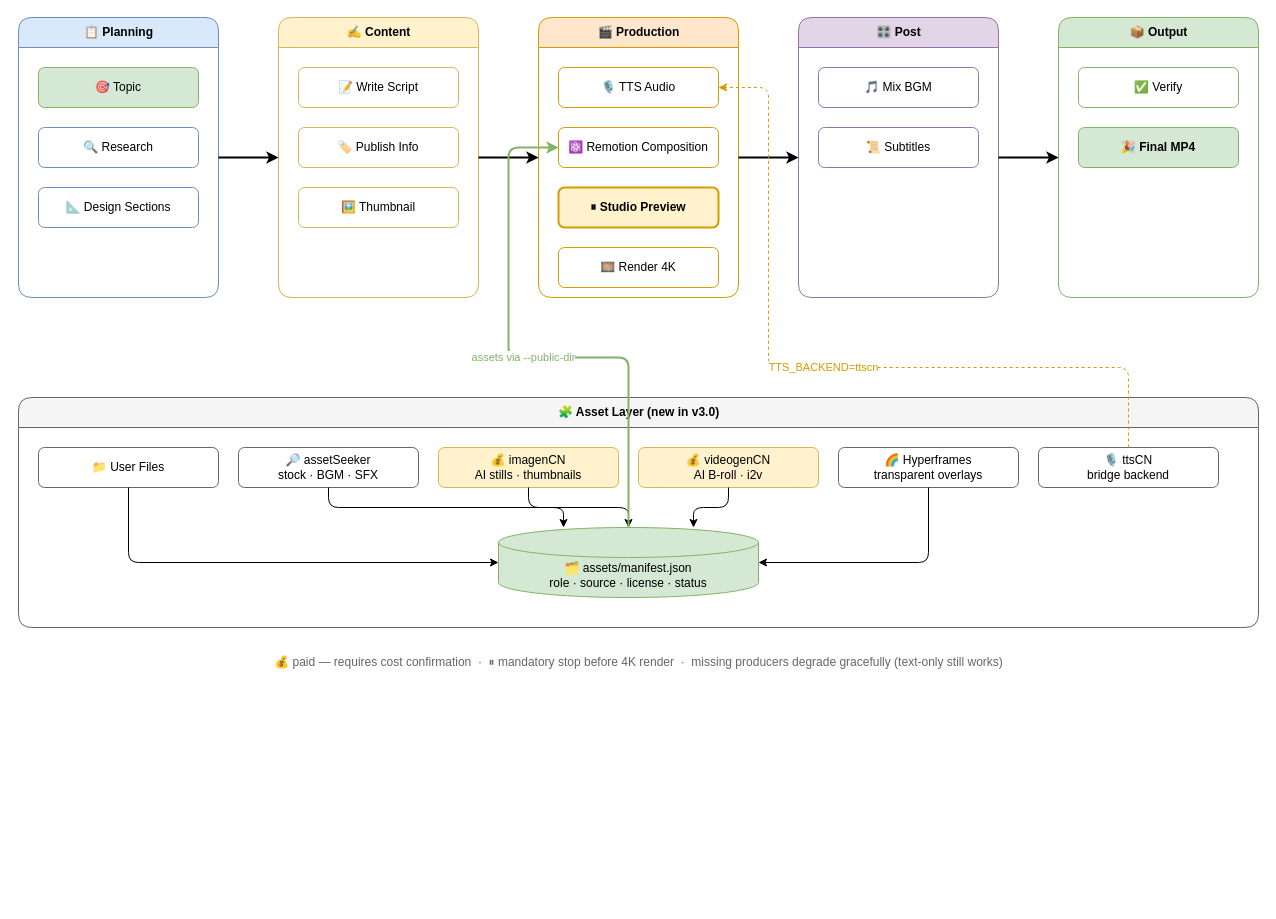
gabrielmoreira/agent-skills-mirror keeps this draw.io diagram as mirrors/repos/Agents365-ai@video-podcast-maker/skills/video-podcast-maker/assets/workflow.drawio. Above is the earlier version. Source tidied: cells renumbered, new cells numbered last; positions are measured from the earlier drawing's top-left corner, leaving out a move shared by most shapes. Both pictures are drawn from the tidied source at 100%, with x=0, y=0 at pixel (18, 17).
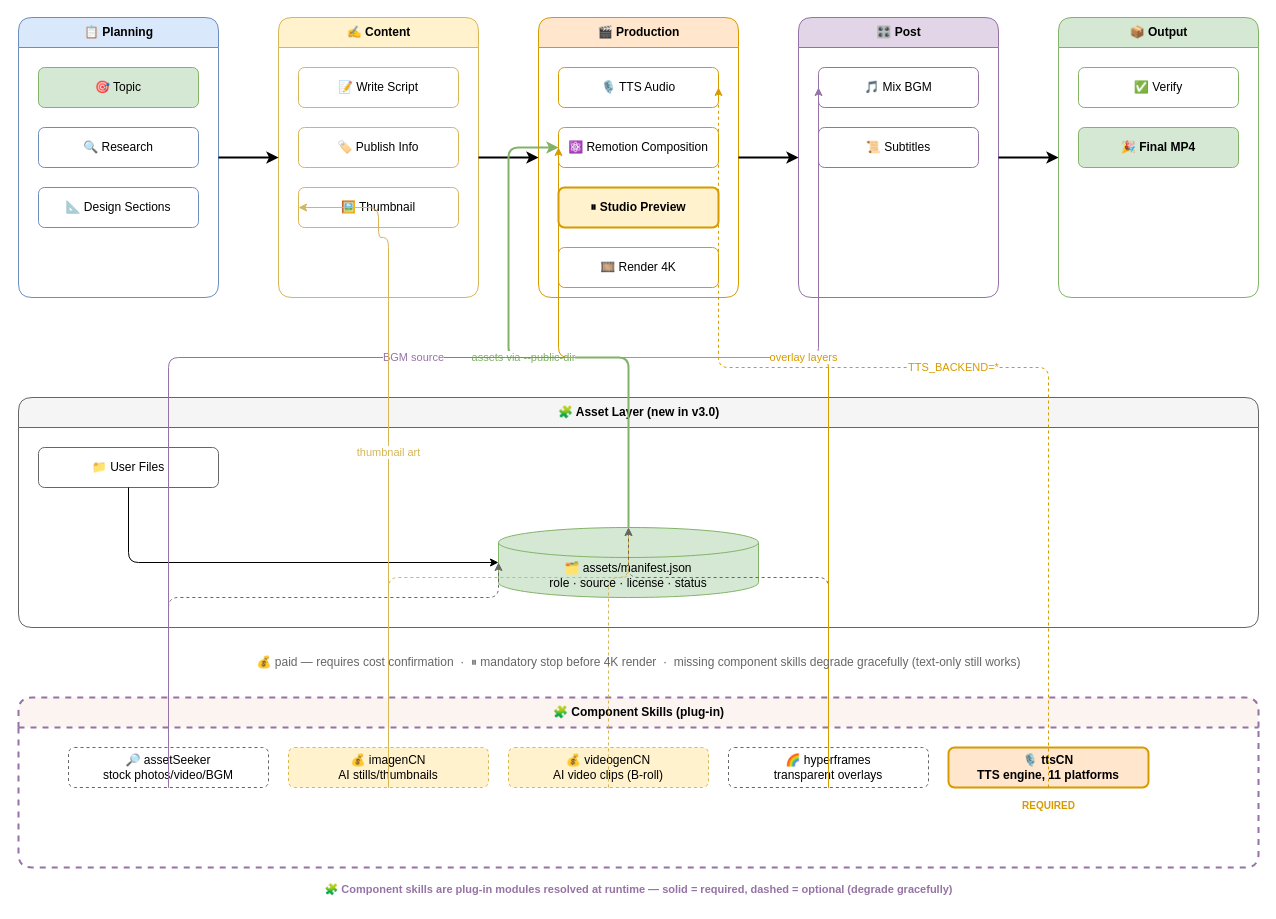
After the change.

Unchanged cells that the change refers to:
```xml
<mxCell id="9" value="🖼️ Thumbnail" style="rounded=1;whiteSpace=wrap;html=1;fillColor=#ffffff;strokeColor=#d6b656;" parent="6" vertex="1">
  <mxGeometry x="20" y="170" width="160" height="40" as="geometry" />
</mxCell>
<mxCell id="11" value="🎙️ TTS Audio" style="rounded=1;whiteSpace=wrap;html=1;fillColor=#ffffff;strokeColor=#d79b00;" parent="10" vertex="1">
  <mxGeometry x="20" y="50" width="160" height="40" as="geometry" />
</mxCell>
<mxCell id="12" value="⚛️ Remotion Composition" style="rounded=1;whiteSpace=wrap;html=1;fillColor=#ffffff;strokeColor=#d79b00;" parent="10" vertex="1">
  <mxGeometry x="20" y="110" width="160" height="40" as="geometry" />
</mxCell>
<mxCell id="16" value="🎵 Mix BGM" style="rounded=1;whiteSpace=wrap;html=1;fillColor=#ffffff;strokeColor=#9673a6;" parent="15" vertex="1">
  <mxGeometry x="20" y="50" width="160" height="40" as="geometry" />
</mxCell>
<mxCell id="25" value="🧩 Asset Layer (new in v3.0)" style="swimlane;startSize=30;html=1;rounded=1;fillColor=#f5f5f5;strokeColor=#666666;fontStyle=1;" parent="1" vertex="1">
  <mxGeometry y="380" width="1240" height="230" as="geometry" />
</mxCell>
<mxCell id="32" value="🗂️ assets/manifest.json&#10;role · source · license · status" style="shape=cylinder3;whiteSpace=wrap;html=1;fillColor=#d5e8d4;strokeColor=#82b366;boundedLbl=1;" parent="25" vertex="1">
  <mxGeometry x="480" y="130" width="260" height="70" as="geometry" />
</mxCell>
```

Change to the diagram source:
```diff
@@
-    <mxCell id="27" value="🔎 assetSeeker&#10;stock · BGM · SFX" style="rounded=1;whiteSpace=wrap;html=1;fillColor=#ffffff;strokeColor=#666666;" parent="25" vertex="1">
-      <mxGeometry x="220" y="50" width="180" height="40" as="geometry" />
-    </mxCell>
-    <mxCell id="28" value="💰 imagenCN&#10;AI stills · thumbnails" style="rounded=1;whiteSpace=wrap;html=1;fillColor=#fff2cc;strokeColor=#d6b656;" parent="25" vertex="1">
-      <mxGeometry x="420" y="50" width="180" height="40" as="geometry" />
-    </mxCell>
-    <mxCell id="29" value="💰 videogenCN&#10;AI B-roll · i2v" style="rounded=1;whiteSpace=wrap;html=1;fillColor=#fff2cc;strokeColor=#d6b656;" parent="25" vertex="1">
-      <mxGeometry x="620" y="50" width="180" height="40" as="geometry" />
-    </mxCell>
-    <mxCell id="30" value="🌈 Hyperframes&#10;transparent overlays" style="rounded=1;whiteSpace=wrap;html=1;fillColor=#ffffff;strokeColor=#666666;" parent="25" vertex="1">
-      <mxGeometry x="820" y="50" width="180" height="40" as="geometry" />
-    </mxCell>
-    <mxCell id="31" value="🎙️ ttsCN&#10;bridge backend" style="rounded=1;whiteSpace=wrap;html=1;fillColor=#ffffff;strokeColor=#666666;" parent="25" vertex="1">
-      <mxGeometry x="1020" y="50" width="180" height="40" as="geometry" />
-    </mxCell>
@@
-    <mxCell id="34" style="edgeStyle=orthogonalEdgeStyle;rounded=1;jettySize=auto;html=1;exitX=0.5;exitY=1;exitDx=0;exitDy=0;entryX=0.25;entryY=0;entryDx=0;entryDy=0;" parent="25" edge="1" source="27" target="32">
-      <mxGeometry relative="1" as="geometry" />
-    </mxCell>
-    <mxCell id="35" style="edgeStyle=orthogonalEdgeStyle;rounded=1;jettySize=auto;html=1;exitX=0.5;exitY=1;exitDx=0;exitDy=0;entryX=0.5;entryY=0;entryDx=0;entryDy=0;" parent="25" edge="1" source="28" target="32">
-      <mxGeometry relative="1" as="geometry" />
-    </mxCell>
-    <mxCell id="36" style="edgeStyle=orthogonalEdgeStyle;rounded=1;jettySize=auto;html=1;exitX=0.5;exitY=1;exitDx=0;exitDy=0;entryX=0.75;entryY=0;entryDx=0;entryDy=0;" parent="25" edge="1" source="29" target="32">
-      <mxGeometry relative="1" as="geometry" />
-    </mxCell>
-    <mxCell id="37" style="edgeStyle=orthogonalEdgeStyle;rounded=1;jettySize=auto;html=1;exitX=0.5;exitY=1;exitDx=0;exitDy=0;entryX=1;entryY=0.5;entryDx=0;entryDy=0;" parent="25" edge="1" source="30" target="32">
-      <mxGeometry relative="1" as="geometry" />
-    </mxCell>
@@
+    <mxCell id="41" value="🧩 Component Skills (plug-in)" style="swimlane;startSize=30;html=1;rounded=1;fillColor=#fcf4f0;strokeColor=#9673a6;fontStyle=1;dashed=1;strokeWidth=2;" parent="1" vertex="1">
+      <mxGeometry y="680" width="1240" height="170" as="geometry" />
+    </mxCell>
+    <mxCell id="42" value="🔎 assetSeeker&#10;stock photos/video/BGM" style="rounded=1;whiteSpace=wrap;html=1;fillColor=#ffffff;strokeColor=#666666;dashed=1;" parent="41" vertex="1">
+      <mxGeometry x="50" y="50" width="200" height="40" as="geometry" />
+    </mxCell>
+    <mxCell id="43" value="💰 imagenCN&#10;AI stills/thumbnails" style="rounded=1;whiteSpace=wrap;html=1;fillColor=#fff2cc;strokeColor=#d6b656;dashed=1;" parent="41" vertex="1">
+      <mxGeometry x="270" y="50" width="200" height="40" as="geometry" />
+    </mxCell>
+    <mxCell id="44" value="💰 videogenCN&#10;AI video clips (B-roll)" style="rounded=1;whiteSpace=wrap;html=1;fillColor=#fff2cc;strokeColor=#d6b656;dashed=1;" parent="41" vertex="1">
+      <mxGeometry x="490" y="50" width="200" height="40" as="geometry" />
+    </mxCell>
+    <mxCell id="45" value="🌈 hyperframes&#10;transparent overlays" style="rounded=1;whiteSpace=wrap;html=1;fillColor=#ffffff;strokeColor=#666666;dashed=1;" parent="41" vertex="1">
+      <mxGeometry x="710" y="50" width="200" height="40" as="geometry" />
+    </mxCell>
+    <mxCell id="46" value="🎙️ ttsCN&#10;TTS engine, 11 platforms" style="rounded=1;whiteSpace=wrap;html=1;fillColor=#ffe6cc;strokeColor=#d79b00;strokeWidth=2;fontStyle=1;" parent="41" vertex="1">
+      <mxGeometry x="930" y="50" width="200" height="40" as="geometry" />
+    </mxCell>
+    <mxCell id="47" value="REQUIRED" style="text;html=1;align=center;verticalAlign=middle;fontSize=10;fontColor=#d79b00;fontStyle=1;" parent="41" vertex="1">
+      <mxGeometry x="930" y="100" width="200" height="16" as="geometry" />
+    </mxCell>
+    <mxCell id="48" style="edgeStyle=orthogonalEdgeStyle;rounded=1;jettySize=auto;html=1;exitX=0.5;exitY=1;exitDx=0;exitDy=0;entryX=0;entryY=0.5;entryDx=0;entryDy=0;dashed=1;strokeColor=#666666;" parent="1" edge="1" source="42" target="32">
+      <mxGeometry relative="1" as="geometry">
+        <Array as="points">
+          <mxPoint x="150" y="580" />
+          <mxPoint x="480" y="580" />
+        </Array>
+      </mxGeometry>
+    </mxCell>
+    <mxCell id="49" style="edgeStyle=orthogonalEdgeStyle;rounded=1;jettySize=auto;html=1;exitX=0.5;exitY=1;exitDx=0;exitDy=0;entryX=0.5;entryY=0;entryDx=0;entryDy=0;dashed=1;strokeColor=#d6b656;" parent="1" edge="1" source="43" target="32">
+      <mxGeometry relative="1" as="geometry">
+        <Array as="points">
+          <mxPoint x="370" y="560" />
+          <mxPoint x="610" y="560" />
+        </Array>
+      </mxGeometry>
+    </mxCell>
+    <mxCell id="50" style="edgeStyle=orthogonalEdgeStyle;rounded=1;jettySize=auto;html=1;exitX=0.5;exitY=1;exitDx=0;exitDy=0;entryX=0.5;entryY=0;entryDx=0;entryDy=0;dashed=1;strokeColor=#d6b656;" parent="1" edge="1" source="44" target="32">
+      <mxGeometry relative="1" as="geometry">
+        <Array as="points">
+          <mxPoint x="590" y="560" />
+        </Array>
+      </mxGeometry>
+    </mxCell>
+    <mxCell id="51" style="edgeStyle=orthogonalEdgeStyle;rounded=1;jettySize=auto;html=1;exitX=0.5;exitY=1;exitDx=0;exitDy=0;entryX=0.5;entryY=0;entryDx=0;entryDy=0;dashed=1;strokeColor=#666666;" parent="1" edge="1" source="45" target="32">
+      <mxGeometry relative="1" as="geometry">
+        <Array as="points">
+          <mxPoint x="810" y="560" />
+          <mxPoint x="610" y="560" />
+        </Array>
+      </mxGeometry>
+    </mxCell>
+    <mxCell id="52" value="BGM source" style="edgeStyle=orthogonalEdgeStyle;rounded=1;jettySize=auto;html=1;exitX=0.5;exitY=1;exitDx=0;exitDy=0;entryX=0;entryY=0.5;entryDx=0;entryDy=0;strokeColor=#9673a6;fontColor=#9673a6;labelBackgroundColor=#ffffff;fontSize=11;" parent="1" edge="1" source="42" target="16">
+      <mxGeometry relative="1" as="geometry">
+        <Array as="points">
+          <mxPoint x="150" y="340" />
+          <mxPoint x="800" y="340" />
+        </Array>
+      </mxGeometry>
+    </mxCell>
+    <mxCell id="53" value="thumbnail art" style="edgeStyle=orthogonalEdgeStyle;rounded=1;jettySize=auto;html=1;exitX=0.5;exitY=1;exitDx=0;exitDy=0;entryX=0;entryY=0.5;entryDx=0;entryDy=0;strokeColor=#d6b656;fontColor=#d6b656;labelBackgroundColor=#ffffff;fontSize=11;" parent="1" edge="1" source="43" target="9">
+      <mxGeometry relative="1" as="geometry">
+        <Array as="points">
+          <mxPoint x="370" y="220" />
+          <mxPoint x="360" y="220" />
+        </Array>
+      </mxGeometry>
+    </mxCell>
+    <mxCell id="54" value="overlay layers" style="edgeStyle=orthogonalEdgeStyle;rounded=1;jettySize=auto;html=1;exitX=0.5;exitY=1;exitDx=0;exitDy=0;entryX=0;entryY=0.5;entryDx=0;entryDy=0;strokeColor=#d79b00;fontColor=#d79b00;labelBackgroundColor=#ffffff;fontSize=11;" parent="1" edge="1" source="45" target="12">
+      <mxGeometry relative="1" as="geometry">
+        <Array as="points">
+          <mxPoint x="810" y="340" />
+          <mxPoint x="540" y="340" />
+        </Array>
+      </mxGeometry>
+    </mxCell>
-    <mxCell id="39" value="TTS_BACKEND=ttscn" style="edgeStyle=orthogonalEdgeStyle;rounded=1;jettySize=auto;html=1;dashed=1;exitX=0.5;exitY=0;exitDx=0;exitDy=0;entryX=1;entryY=0.5;entryDx=0;entryDy=0;strokeColor=#d79b00;fontColor=#d79b00;labelBackgroundColor=#ffffff;fontSize=11;" parent="1" edge="1" source="31" target="11">
+    <mxCell id="39" value="TTS_BACKEND=*" style="edgeStyle=orthogonalEdgeStyle;rounded=1;jettySize=auto;html=1;dashed=1;exitX=0.5;exitY=1;exitDx=0;exitDy=0;entryX=1;entryY=0.5;entryDx=0;entryDy=0;strokeColor=#d79b00;fontColor=#d79b00;labelBackgroundColor=#ffffff;fontSize=11;" parent="1" edge="1" source="46" target="11">
       <mxGeometry relative="1" as="geometry">
         <Array as="points">
-          <mxPoint x="1110" y="350" />
-          <mxPoint x="750" y="350" />
-          <mxPoint x="750" y="70" />
+          <mxPoint x="1030" y="350" />
+          <mxPoint x="700" y="350" />
         </Array>
       </mxGeometry>
     </mxCell>
-    <mxCell id="40" value="💰 paid — requires cost confirmation &amp;nbsp;·&amp;nbsp; ⏸ mandatory stop before 4K render &amp;nbsp;·&amp;nbsp; missing producers degrade gracefully (text-only still works)" style="text;html=1;align=center;verticalAlign=middle;fontSize=12;fontColor=#666666;" parent="1" vertex="1">
+    <mxCell id="40" value="💰 paid — requires cost confirmation &amp;nbsp;·&amp;nbsp; ⏸ mandatory stop before 4K render &amp;nbsp;·&amp;nbsp; missing component skills degrade gracefully (text-only still works)" style="text;html=1;align=center;verticalAlign=middle;fontSize=12;fontColor=#666666;" parent="1" vertex="1">
       <mxGeometry x="200" y="630" width="840" height="30" as="geometry" />
     </mxCell>
+    <mxCell id="55" value="🧩 Component skills are plug-in modules resolved at runtime — solid = required, dashed = optional (degrade gracefully)" style="text;html=1;align=center;verticalAlign=middle;fontSize=11;fontColor=#9673a6;fontStyle=1;" parent="1" vertex="1">
+      <mxGeometry x="200" y="860" width="840" height="24" as="geometry" />
+    </mxCell>
```
